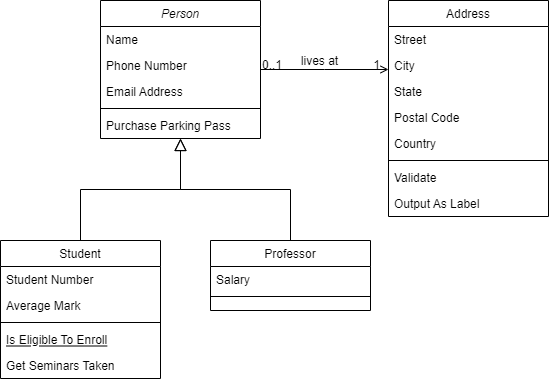
Before: ParkinglotDiagram.drawio.png, a diagram exported from draw.io (aditya0608/ParkingLot). Source tidied: cells renumbered, new cells last; positions are measured from the earlier drawing's top-left corner, leaving out a move shared by most shapes.
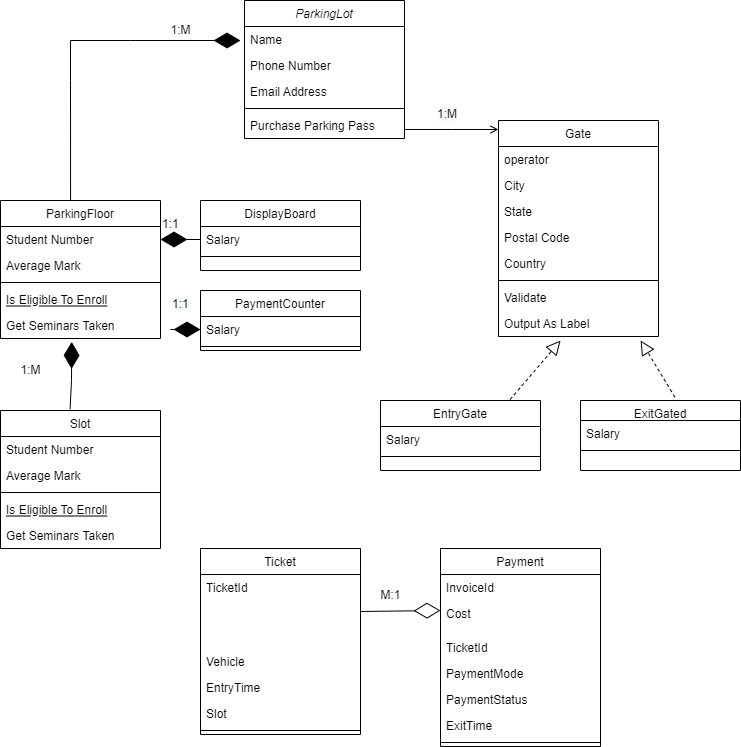
The same diagram one commit later.

The edit, as a diff of the source:
```diff
@@ -2,8 +2,8 @@
   <root>
     <mxCell id="0" />
     <mxCell id="1" parent="0" />
-    <mxCell id="2" value="Person" style="swimlane;fontStyle=2;align=center;verticalAlign=top;horizontal=1;startSize=26;rounded=0;shadow=0;strokeWidth=1;" parent="1" vertex="1">
-      <mxGeometry x="100" width="160" height="138" as="geometry" />
+    <mxCell id="2" value="ParkingLot" style="swimlane;fontStyle=2;align=center;verticalAlign=top;horizontal=1;startSize=26;rounded=0;shadow=0;strokeWidth=1;" parent="1" vertex="1">
+      <mxGeometry x="134" y="-120" width="160" height="138" as="geometry" />
     </mxCell>
     <mxCell id="3" value="Name" style="text;align=left;verticalAlign=top;spacingLeft=4;spacingRight=4;overflow=hidden;" parent="2" vertex="1">
       <mxGeometry y="26" width="160" height="26" as="geometry" />
@@ -20,8 +20,8 @@
     <mxCell id="7" value="Purchase Parking Pass" style="text;align=left;verticalAlign=top;spacingLeft=4;spacingRight=4;overflow=hidden;" parent="2" vertex="1">
       <mxGeometry y="112" width="160" height="26" as="geometry" />
     </mxCell>
-    <mxCell id="8" value="Student" style="swimlane;fontStyle=0;align=center;verticalAlign=top;horizontal=1;startSize=26;rounded=0;shadow=0;strokeWidth=1;" parent="1" vertex="1">
-      <mxGeometry y="240" width="160" height="138" as="geometry" />
+    <mxCell id="8" value="ParkingFloor" style="swimlane;fontStyle=0;align=center;verticalAlign=top;horizontal=1;startSize=26;rounded=0;shadow=0;strokeWidth=1;" parent="1" vertex="1">
+      <mxGeometry x="-110" y="80" width="160" height="138" as="geometry" />
     </mxCell>
     <mxCell id="9" value="Student Number" style="text;align=left;verticalAlign=top;spacingLeft=4;spacingRight=4;overflow=hidden;points=[[0,0.5],[1,0.5]];portConstraint=eastwest;" parent="8" vertex="1">
       <mxGeometry y="26" width="160" height="26" as="geometry" />
@@ -38,11 +38,8 @@
     <mxCell id="13" value="Get Seminars Taken" style="text;align=left;verticalAlign=top;spacingLeft=4;spacingRight=4;overflow=hidden;points=[[0,0.5],[1,0.5]];portConstraint=eastwest;" parent="8" vertex="1">
       <mxGeometry y="112" width="160" height="26" as="geometry" />
     </mxCell>
-    <mxCell id="14" style="endArrow=block;endSize=10;endFill=0;shadow=0;strokeWidth=1;rounded=0;edgeStyle=elbowEdgeStyle;elbow=vertical;" parent="1" edge="1" source="8" target="2">
-      <mxGeometry relative="1" as="geometry" />
-    </mxCell>
-    <mxCell id="15" value="Professor" style="swimlane;fontStyle=0;align=center;verticalAlign=top;horizontal=1;startSize=26;rounded=0;shadow=0;strokeWidth=1;" parent="1" vertex="1">
-      <mxGeometry x="210" y="240" width="160" height="70" as="geometry" />
+    <mxCell id="15" value="DisplayBoard" style="swimlane;fontStyle=0;align=center;verticalAlign=top;horizontal=1;startSize=26;rounded=0;shadow=0;strokeWidth=1;" parent="1" vertex="1">
+      <mxGeometry x="90" y="80" width="160" height="70" as="geometry" />
     </mxCell>
     <mxCell id="16" value="Salary" style="text;align=left;verticalAlign=top;spacingLeft=4;spacingRight=4;overflow=hidden;points=[[0,0.5],[1,0.5]];portConstraint=eastwest;" parent="15" vertex="1">
       <mxGeometry y="26" width="160" height="26" as="geometry" />
@@ -50,13 +47,10 @@
     <mxCell id="17" style="line;html=1;strokeWidth=1;align=left;verticalAlign=middle;spacingTop=-1;spacingLeft=3;spacingRight=3;labelPosition=right;" parent="15" vertex="1">
       <mxGeometry y="52" width="160" height="8" as="geometry" />
     </mxCell>
-    <mxCell id="18" style="endArrow=block;endSize=10;endFill=0;shadow=0;strokeWidth=1;rounded=0;edgeStyle=elbowEdgeStyle;elbow=vertical;" parent="1" edge="1" source="15" target="2">
-      <mxGeometry relative="1" as="geometry" />
-    </mxCell>
-    <mxCell id="19" value="Address" style="swimlane;fontStyle=0;align=center;verticalAlign=top;horizontal=1;startSize=26;rounded=0;shadow=0;strokeWidth=1;" parent="1" vertex="1">
+    <mxCell id="19" value="Gate" style="swimlane;fontStyle=0;align=center;verticalAlign=top;horizontal=1;startSize=26;rounded=0;shadow=0;strokeWidth=1;" parent="1" vertex="1">
       <mxGeometry x="388" width="160" height="216" as="geometry" />
     </mxCell>
-    <mxCell id="20" value="Street" style="text;align=left;verticalAlign=top;spacingLeft=4;spacingRight=4;overflow=hidden;" parent="19" vertex="1">
+    <mxCell id="20" value="operator" style="text;align=left;verticalAlign=top;spacingLeft=4;spacingRight=4;overflow=hidden;" parent="19" vertex="1">
       <mxGeometry y="26" width="160" height="26" as="geometry" />
     </mxCell>
     <mxCell id="21" value="City" style="text;align=left;verticalAlign=top;spacingLeft=4;spacingRight=4;overflow=hidden;rounded=0;shadow=0;html=0;" parent="19" vertex="1">
@@ -85,20 +79,153 @@
         <mxPoint x="-40" y="32" as="offset" />
       </mxGeometry>
     </mxCell>
-    <mxCell id="29" value="0..1" style="align=left;verticalAlign=bottom;labelBackgroundColor=none;fontSize=12;" parent="28" vertex="1">
-      <mxGeometry x="-1" relative="1" as="geometry">
-        <mxPoint y="4" as="offset" />
-      </mxGeometry>
-    </mxCell>
-    <mxCell id="30" value="1" style="align=right;verticalAlign=bottom;labelBackgroundColor=none;fontSize=12;" parent="28" vertex="1">
-      <mxGeometry x="1" relative="1" as="geometry">
-        <mxPoint x="-7" y="4" as="offset" />
-      </mxGeometry>
-    </mxCell>
-    <mxCell id="31" value="lives at" style="text;html=1;align=center;verticalAlign=middle;labelBackgroundColor=none;rounded=0;shadow=0;strokeWidth=1;fontSize=12;" parent="28" vertex="1">
-      <mxGeometry x="0.5" y="49" relative="1" as="geometry">
-        <mxPoint x="-38" y="40" as="offset" />
-      </mxGeometry>
-    </mxCell>
+    <mxCell id="32" style="endArrow=diamondThin;endFill=1;endSize=24;html=1;rounded=0;exitX=0.438;exitY=0;exitDx=0;exitDy=0;exitPerimeter=0;" parent="1" edge="1" source="8">
+      <mxGeometry relative="1" as="geometry">
+        <mxPoint x="130" y="-80" as="targetPoint" />
+        <Array as="points">
+          <mxPoint x="-40" y="-40" />
+          <mxPoint x="-40" y="-80" />
+          <mxPoint x="20" y="-80" />
+          <mxPoint x="130" y="-80" />
+        </Array>
+      </mxGeometry>
+    </mxCell>
+    <mxCell id="33" value="Slot" style="swimlane;fontStyle=0;align=center;verticalAlign=top;horizontal=1;startSize=26;rounded=0;shadow=0;strokeWidth=1;" parent="1" vertex="1">
+      <mxGeometry x="-110" y="290" width="160" height="138" as="geometry" />
+    </mxCell>
+    <mxCell id="34" value="Student Number" style="text;align=left;verticalAlign=top;spacingLeft=4;spacingRight=4;overflow=hidden;" parent="33" vertex="1">
+      <mxGeometry y="26" width="160" height="26" as="geometry" />
+    </mxCell>
+    <mxCell id="35" value="Average Mark" style="text;align=left;verticalAlign=top;spacingLeft=4;spacingRight=4;overflow=hidden;rounded=0;shadow=0;html=0;" parent="33" vertex="1">
+      <mxGeometry y="52" width="160" height="26" as="geometry" />
+    </mxCell>
+    <mxCell id="36" style="line;html=1;strokeWidth=1;align=left;verticalAlign=middle;spacingTop=-1;spacingLeft=3;spacingRight=3;labelPosition=right;" parent="33" vertex="1">
+      <mxGeometry y="78" width="160" height="8" as="geometry" />
+    </mxCell>
+    <mxCell id="37" value="Is Eligible To Enroll" style="text;align=left;verticalAlign=top;spacingLeft=4;spacingRight=4;overflow=hidden;fontStyle=4;" parent="33" vertex="1">
+      <mxGeometry y="86" width="160" height="26" as="geometry" />
+    </mxCell>
+    <mxCell id="38" value="Get Seminars Taken" style="text;align=left;verticalAlign=top;spacingLeft=4;spacingRight=4;overflow=hidden;" parent="33" vertex="1">
+      <mxGeometry y="112" width="160" height="26" as="geometry" />
+    </mxCell>
+    <mxCell id="39" style="endArrow=diamondThin;endFill=1;endSize=24;html=1;rounded=0;entryX=0.445;entryY=1.131;entryDx=0;entryDy=0;entryPerimeter=0;exitX=0.435;exitY=-0.01;exitDx=0;exitDy=0;exitPerimeter=0;" parent="1" edge="1" source="33" target="13">
+      <mxGeometry relative="1" as="geometry">
+        <Array as="points">
+          <mxPoint x="-39" y="260" />
+        </Array>
+      </mxGeometry>
+    </mxCell>
+    <mxCell id="40" style="endArrow=diamondThin;endFill=1;endSize=24;html=1;rounded=0;entryX=1;entryY=0.5;entryDx=0;entryDy=0;exitX=0;exitY=0.5;exitDx=0;exitDy=0;" parent="1" edge="1" source="16" target="9">
+      <mxGeometry relative="1" as="geometry">
+        <Array as="points">
+          <mxPoint x="90" y="119" />
+        </Array>
+      </mxGeometry>
+    </mxCell>
+    <mxCell id="41" value="PaymentCounter" style="swimlane;fontStyle=0;align=center;verticalAlign=top;horizontal=1;startSize=26;rounded=0;shadow=0;strokeWidth=1;" parent="1" vertex="1">
+      <mxGeometry x="90" y="170" width="160" height="60" as="geometry" />
+    </mxCell>
+    <mxCell id="42" value="Salary" style="text;align=left;verticalAlign=top;spacingLeft=4;spacingRight=4;overflow=hidden;points=[[0,0.5],[1,0.5]];portConstraint=eastwest;" parent="41" vertex="1">
+      <mxGeometry y="26" width="160" height="26" as="geometry" />
+    </mxCell>
+    <mxCell id="43" style="line;html=1;strokeWidth=1;align=left;verticalAlign=middle;spacingTop=-1;spacingLeft=3;spacingRight=3;labelPosition=right;" parent="41" vertex="1">
+      <mxGeometry y="52" width="160" height="8" as="geometry" />
+    </mxCell>
+    <mxCell id="44" style="endArrow=diamondThin;endFill=1;endSize=24;html=1;rounded=0;entryX=0;entryY=0.5;entryDx=0;entryDy=0;" parent="1" edge="1" target="42">
+      <mxGeometry relative="1" as="geometry">
+        <mxPoint x="60" y="209" as="sourcePoint" />
+      </mxGeometry>
+    </mxCell>
+    <mxCell id="45" value="ExitGated" style="swimlane;fontStyle=0;align=center;verticalAlign=top;horizontal=1;startSize=20;rounded=0;shadow=0;strokeWidth=1;" parent="1" vertex="1">
+      <mxGeometry x="470" y="280" width="160" height="70" as="geometry" />
+    </mxCell>
+    <mxCell id="46" value="Salary" style="text;align=left;verticalAlign=top;spacingLeft=4;spacingRight=4;overflow=hidden;" parent="45" vertex="1">
+      <mxGeometry y="20" width="160" height="26" as="geometry" />
+    </mxCell>
+    <mxCell id="47" style="line;html=1;strokeWidth=1;align=left;verticalAlign=middle;spacingTop=-1;spacingLeft=3;spacingRight=3;labelPosition=right;" parent="45" vertex="1">
+      <mxGeometry y="46" width="160" height="8" as="geometry" />
+    </mxCell>
+    <mxCell id="48" value="EntryGate" style="swimlane;fontStyle=0;align=center;verticalAlign=top;horizontal=1;startSize=26;rounded=0;shadow=0;strokeWidth=1;" parent="1" vertex="1">
+      <mxGeometry x="270" y="280" width="160" height="70" as="geometry" />
+    </mxCell>
+    <mxCell id="49" value="Salary" style="text;align=left;verticalAlign=top;spacingLeft=4;spacingRight=4;overflow=hidden;" parent="48" vertex="1">
+      <mxGeometry y="26" width="160" height="26" as="geometry" />
+    </mxCell>
+    <mxCell id="50" style="line;html=1;strokeWidth=1;align=left;verticalAlign=middle;spacingTop=-1;spacingLeft=3;spacingRight=3;labelPosition=right;" parent="48" vertex="1">
+      <mxGeometry y="52" width="160" height="8" as="geometry" />
+    </mxCell>
+    <mxCell id="51" style="endArrow=block;dashed=1;endFill=0;endSize=12;html=1;rounded=0;entryX=0.388;entryY=1.154;entryDx=0;entryDy=0;entryPerimeter=0;exitX=0.81;exitY=-0.014;exitDx=0;exitDy=0;exitPerimeter=0;" parent="1" edge="1" source="48" target="27">
+      <mxGeometry relative="1" as="geometry" />
+    </mxCell>
+    <mxCell id="52" style="endArrow=block;dashed=1;endFill=0;endSize=12;html=1;rounded=0;entryX=0.388;entryY=1.154;entryDx=0;entryDy=0;entryPerimeter=0;exitX=0.59;exitY=-0.049;exitDx=0;exitDy=0;exitPerimeter=0;" parent="1" edge="1" source="45">
+      <mxGeometry relative="1" as="geometry">
+        <mxPoint x="530.1" y="220" as="targetPoint" />
+      </mxGeometry>
+    </mxCell>
+    <mxCell id="53" value="1:M" style="text;html=1;align=center;verticalAlign=middle;fillColor=none;strokeColor=none;rounded=0;" parent="1" vertex="1">
+      <mxGeometry x="-100" y="240" width="40" height="20" as="geometry" />
+    </mxCell>
+    <mxCell id="54" value="1:M" style="text;html=1;align=center;verticalAlign=middle;strokeColor=none;fillColor=none;" parent="1" vertex="1">
+      <mxGeometry x="50" y="-100" width="40" height="20" as="geometry" />
+    </mxCell>
+    <mxCell id="55" value="Ticket" style="swimlane;fontStyle=0;align=center;verticalAlign=top;horizontal=1;startSize=26;rounded=0;shadow=0;strokeWidth=1;" parent="1" vertex="1">
+      <mxGeometry x="90" y="428" width="160" height="186" as="geometry" />
+    </mxCell>
+    <mxCell id="56" value="TicketId&#10;" style="text;align=left;verticalAlign=top;spacingLeft=4;spacingRight=4;overflow=hidden;points=[[0,0.5],[1,0.5]];portConstraint=eastwest;" parent="55" vertex="1">
+      <mxGeometry y="26" width="160" height="74" as="geometry" />
+    </mxCell>
+    <mxCell id="57" value="Vehicle" style="text;strokeColor=none;fillColor=none;align=left;verticalAlign=top;spacingLeft=4;spacingRight=4;overflow=hidden;" parent="55" vertex="1">
+      <mxGeometry y="100" width="160" height="26" as="geometry" />
+    </mxCell>
+    <mxCell id="58" value="EntryTime&#10;" style="text;strokeColor=none;fillColor=none;align=left;verticalAlign=top;spacingLeft=4;spacingRight=4;overflow=hidden;" parent="55" vertex="1">
+      <mxGeometry y="126" width="160" height="26" as="geometry" />
+    </mxCell>
+    <mxCell id="59" value="Slot&#10;" style="text;strokeColor=none;fillColor=none;align=left;verticalAlign=top;spacingLeft=4;spacingRight=4;overflow=hidden;" parent="55" vertex="1">
+      <mxGeometry y="152" width="160" height="26" as="geometry" />
+    </mxCell>
+    <mxCell id="60" style="line;html=1;strokeWidth=1;align=left;verticalAlign=middle;spacingTop=-1;spacingLeft=3;spacingRight=3;labelPosition=right;" parent="55" vertex="1">
+      <mxGeometry y="178" width="160" height="8" as="geometry" />
+    </mxCell>
+    <mxCell id="61" value="Payment" style="swimlane;fontStyle=0;align=center;verticalAlign=top;horizontal=1;startSize=26;rounded=0;shadow=0;strokeWidth=1;" parent="1" vertex="1">
+      <mxGeometry x="330" y="428" width="160" height="198" as="geometry" />
+    </mxCell>
+    <mxCell id="62" value="InvoiceId&#10;" style="text;strokeColor=none;fillColor=none;align=left;verticalAlign=top;spacingLeft=4;spacingRight=4;overflow=hidden;" parent="61" vertex="1">
+      <mxGeometry y="26" width="160" height="26" as="geometry" />
+    </mxCell>
+    <mxCell id="63" value="Cost&#10;" style="text;align=left;verticalAlign=top;spacingLeft=4;spacingRight=4;overflow=hidden;" parent="61" vertex="1">
+      <mxGeometry y="52" width="160" height="34" as="geometry" />
+    </mxCell>
+    <mxCell id="64" value="TicketId" style="text;strokeColor=none;fillColor=none;align=left;verticalAlign=top;spacingLeft=4;spacingRight=4;overflow=hidden;" parent="61" vertex="1">
+      <mxGeometry y="86" width="160" height="26" as="geometry" />
+    </mxCell>
+    <mxCell id="65" value="PaymentMode" style="text;strokeColor=none;fillColor=none;align=left;verticalAlign=top;spacingLeft=4;spacingRight=4;overflow=hidden;" parent="61" vertex="1">
+      <mxGeometry y="112" width="160" height="26" as="geometry" />
+    </mxCell>
+    <mxCell id="66" value="PaymentStatus&#10;" style="text;strokeColor=none;fillColor=none;align=left;verticalAlign=top;spacingLeft=4;spacingRight=4;overflow=hidden;" parent="61" vertex="1">
+      <mxGeometry y="138" width="160" height="26" as="geometry" />
+    </mxCell>
+    <mxCell id="67" value="ExitTime&#10;" style="text;strokeColor=none;fillColor=none;align=left;verticalAlign=top;spacingLeft=4;spacingRight=4;overflow=hidden;" parent="61" vertex="1">
+      <mxGeometry y="164" width="160" height="26" as="geometry" />
+    </mxCell>
+    <mxCell id="68" style="line;html=1;strokeWidth=1;align=left;verticalAlign=middle;spacingTop=-1;spacingLeft=3;spacingRight=3;labelPosition=right;" parent="61" vertex="1">
+      <mxGeometry y="190" width="160" height="8" as="geometry" />
+    </mxCell>
+    <mxCell id="69" style="endArrow=diamondThin;endFill=0;endSize=24;html=1;rounded=0;exitX=1;exitY=0.5;exitDx=0;exitDy=0;" parent="1" edge="1" source="56">
+      <mxGeometry relative="1" as="geometry">
+        <mxPoint x="330" y="490" as="targetPoint" />
+      </mxGeometry>
+    </mxCell>
+    <mxCell id="70" value="M:1" style="text;html=1;align=center;verticalAlign=middle;fillColor=none;strokeColor=none;rounded=0;" parent="1" vertex="1">
+      <mxGeometry x="260" y="465" width="40" height="20" as="geometry" />
+    </mxCell>
+    <mxCell id="71" value="&lt;span style=&quot;color: rgb(0 , 0 , 0) ; font-family: &amp;#34;helvetica&amp;#34; ; font-size: 12px ; font-style: normal ; font-weight: 400 ; letter-spacing: normal ; text-align: center ; text-indent: 0px ; text-transform: none ; word-spacing: 0px ; background-color: rgb(248 , 249 , 250) ; display: inline ; float: none&quot;&gt;1:1&lt;/span&gt;" style="text;whiteSpace=wrap;html=1;" parent="1" vertex="1">
+      <mxGeometry x="50" y="90" width="50" height="30" as="geometry" />
+    </mxCell>
+    <mxCell id="72" value="&lt;span style=&quot;color: rgb(0, 0, 0); font-family: helvetica; font-size: 12px; font-style: normal; font-weight: 400; letter-spacing: normal; text-align: center; text-indent: 0px; text-transform: none; word-spacing: 0px; background-color: rgb(248, 249, 250); display: inline; float: none;&quot;&gt;1:1&lt;/span&gt;" style="text;whiteSpace=wrap;html=1;" parent="1" vertex="1">
+      <mxGeometry x="60" y="170" width="40" height="30" as="geometry" />
+    </mxCell>
+    <mxCell id="73" value="&lt;span style=&quot;color: rgb(0, 0, 0); font-family: helvetica; font-size: 12px; font-style: normal; font-weight: 400; letter-spacing: normal; text-align: center; text-indent: 0px; text-transform: none; word-spacing: 0px; background-color: rgb(248, 249, 250); display: inline; float: none;&quot;&gt;1:M&lt;/span&gt;" style="text;whiteSpace=wrap;html=1;" parent="1" vertex="1">
+      <mxGeometry x="325" y="-20" width="50" height="30" as="geometry" />
+    </mxCell>
   </root>
 </mxGraphModel>
```
